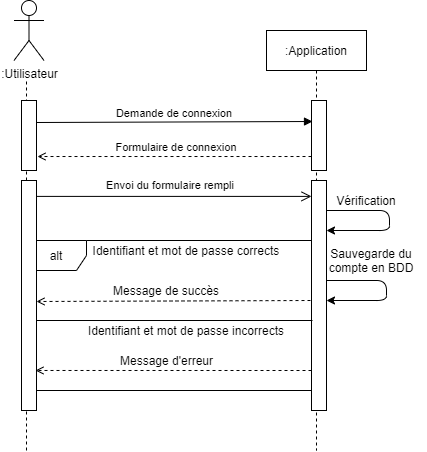
The draw.io diagram diagrammes_sequence/connexion.png in RemiMoustey/ExpressFood, before a commit. Source tidied: cells renumbered, new cells last; positions are measured from the earlier drawing's top-left corner, leaving out a move shared by most shapes. Its diagram source:
```xml
<mxGraphModel>
  <root>
    <mxCell id="0" />
    <mxCell id="1" parent="0" />
    <mxCell id="2" value=":Application" style="shape=umlLifeline;perimeter=lifelinePerimeter;rounded=0;shadow=0;strokeWidth=1;" parent="1" vertex="1">
      <mxGeometry x="252" y="30" width="100" height="420" as="geometry" />
    </mxCell>
    <mxCell id="3" style="points=[];perimeter=orthogonalPerimeter;rounded=0;shadow=0;strokeWidth=1;" parent="2" vertex="1">
      <mxGeometry x="45" y="70" width="15" height="70" as="geometry" />
    </mxCell>
    <mxCell id="4" style="points=[];perimeter=orthogonalPerimeter;rounded=0;shadow=0;strokeWidth=1;" parent="2" vertex="1">
      <mxGeometry x="45" y="150" width="15" height="230" as="geometry" />
    </mxCell>
    <mxCell id="5" value="Demande de connexion" style="verticalAlign=bottom;endArrow=block;shadow=0;strokeWidth=1;entryX=0.067;entryY=0.3;entryDx=0;entryDy=0;entryPerimeter=0;" parent="1" edge="1" target="3">
      <mxGeometry relative="1" as="geometry">
        <mxPoint x="22" y="122" as="sourcePoint" />
      </mxGeometry>
    </mxCell>
    <mxCell id="6" value="Formulaire de connexion" style="verticalAlign=bottom;endArrow=open;shadow=0;strokeWidth=1;dashed=1;endFill=0;entryX=1.067;entryY=0.767;entryDx=0;entryDy=0;entryPerimeter=0;" parent="1" edge="1" source="3">
      <mxGeometry x="-0.01" relative="1" as="geometry">
        <mxPoint x="23" y="156" as="targetPoint" />
      </mxGeometry>
    </mxCell>
    <mxCell id="7" value="Envoi du formulaire rempli" style="verticalAlign=bottom;endArrow=open;endSize=8;shadow=0;strokeWidth=1;endFill=0;exitX=0.53;exitY=0.395;exitDx=0;exitDy=0;exitPerimeter=0;" parent="1" edge="1" target="4">
      <mxGeometry y="2" relative="1" as="geometry">
        <mxPoint x="15" y="195.9" as="sourcePoint" />
      </mxGeometry>
    </mxCell>
    <mxCell id="8" value="Vérification" style="text;html=1;strokeColor=none;fillColor=none;align=center;verticalAlign=middle;whiteSpace=wrap;rounded=0;" parent="1" vertex="1">
      <mxGeometry x="332" y="190" width="40" height="20" as="geometry" />
    </mxCell>
    <mxCell id="9" value="alt&lt;br&gt;" style="shape=umlFrame;whiteSpace=wrap;html=1;" parent="1" vertex="1">
      <mxGeometry x="12" y="240" width="285" height="150" as="geometry" />
    </mxCell>
    <mxCell id="10" style="endArrow=classic;html=1;" parent="1" edge="1">
      <mxGeometry relative="1" as="geometry">
        <mxPoint x="312" y="210" as="sourcePoint" />
        <mxPoint x="312" y="230" as="targetPoint" />
        <Array as="points">
          <mxPoint x="375" y="210" />
          <mxPoint x="375" y="230" />
        </Array>
      </mxGeometry>
    </mxCell>
    <mxCell id="11" value="Identifiant et mot de passe incorrects" style="text;html=1;strokeColor=none;fillColor=none;align=center;verticalAlign=middle;whiteSpace=wrap;rounded=0;" parent="1" vertex="1">
      <mxGeometry x="72" y="320" width="200" height="20" as="geometry" />
    </mxCell>
    <mxCell id="12" value="Identifiant et mot de passe corrects" style="text;html=1;strokeColor=none;fillColor=none;align=center;verticalAlign=middle;whiteSpace=wrap;rounded=0;" parent="1" vertex="1">
      <mxGeometry x="72" y="240" width="200" height="20" as="geometry" />
    </mxCell>
    <mxCell id="13" style="endArrow=classic;html=1;" parent="1" edge="1">
      <mxGeometry relative="1" as="geometry">
        <mxPoint x="312" y="280" as="sourcePoint" />
        <mxPoint x="312" y="300" as="targetPoint" />
        <Array as="points">
          <mxPoint x="372" y="280" />
          <mxPoint x="372" y="300" />
        </Array>
      </mxGeometry>
    </mxCell>
    <mxCell id="14" value="Sauvegarde du compte en BDD" style="text;html=1;strokeColor=none;fillColor=none;align=center;verticalAlign=middle;whiteSpace=wrap;rounded=0;" parent="1" vertex="1">
      <mxGeometry x="302" y="250" width="110" height="20" as="geometry" />
    </mxCell>
    <mxCell id="15" style="endArrow=open;html=1;dashed=1;endFill=0;" parent="1" edge="1">
      <mxGeometry relative="1" as="geometry">
        <mxPoint x="296" y="300" as="sourcePoint" />
        <mxPoint x="22" y="301" as="targetPoint" />
      </mxGeometry>
    </mxCell>
    <mxCell id="16" value="Message de succès" style="text;html=1;strokeColor=none;fillColor=none;align=center;verticalAlign=middle;whiteSpace=wrap;rounded=0;" parent="1" vertex="1">
      <mxGeometry x="82" y="280" width="140" height="20" as="geometry" />
    </mxCell>
    <mxCell id="17" style="endArrow=open;html=1;dashed=1;endFill=0;entryX=0.933;entryY=0.826;entryDx=0;entryDy=0;entryPerimeter=0;" parent="1" edge="1" target="23">
      <mxGeometry relative="1" as="geometry">
        <mxPoint x="297" y="370" as="sourcePoint" />
      </mxGeometry>
    </mxCell>
    <mxCell id="18" value="Message d'erreur" style="text;html=1;strokeColor=none;fillColor=none;align=center;verticalAlign=middle;whiteSpace=wrap;rounded=0;" parent="1" vertex="1">
      <mxGeometry x="89.5" y="350" width="125" height="20" as="geometry" />
    </mxCell>
    <mxCell id="19" style="endArrow=none;html=1;" parent="1" edge="1">
      <mxGeometry relative="1" as="geometry">
        <mxPoint x="12" y="320" as="sourcePoint" />
        <mxPoint x="298" y="320" as="targetPoint" />
      </mxGeometry>
    </mxCell>
    <mxCell id="20" value=":Utilisateur" style="shape=umlActor;verticalLabelPosition=bottom;verticalAlign=top;html=1;" parent="1" vertex="1">
      <mxGeometry x="-0.5" width="30" height="60" as="geometry" />
    </mxCell>
    <mxCell id="21" style="endArrow=none;dashed=1;html=1;strokeWidth=1;" parent="1" edge="1" source="23">
      <mxGeometry relative="1" as="geometry">
        <mxPoint x="12" y="80" as="targetPoint" />
      </mxGeometry>
    </mxCell>
    <mxCell id="22" style="perimeter=orthogonalPerimeter;rounded=0;shadow=0;strokeWidth=1;" parent="1" vertex="1">
      <mxGeometry x="7" y="100" width="15" height="70" as="geometry" />
    </mxCell>
    <mxCell id="23" style="points=[];perimeter=orthogonalPerimeter;rounded=0;shadow=0;strokeWidth=1;" parent="1" vertex="1">
      <mxGeometry x="7" y="180" width="15" height="230" as="geometry" />
    </mxCell>
    <mxCell id="24" style="endArrow=none;dashed=1;html=1;strokeWidth=1;" parent="1" edge="1" target="23">
      <mxGeometry relative="1" as="geometry">
        <mxPoint x="12" y="450" as="sourcePoint" />
      </mxGeometry>
    </mxCell>
  </root>
</mxGraphModel>
```
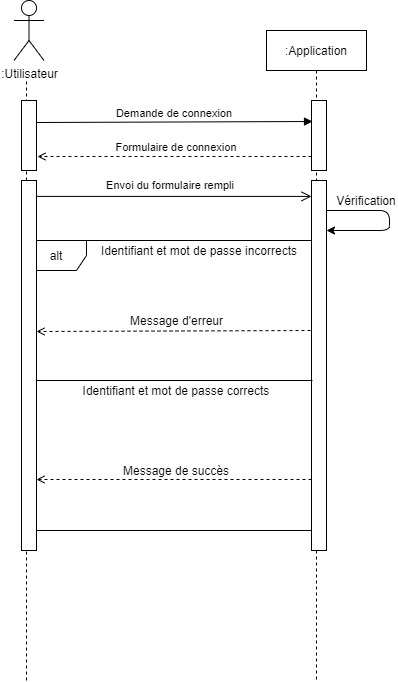
The same file after the commit.

Diff of the diagram source:
```diff
@@ -3,13 +3,13 @@
     <mxCell id="0" />
     <mxCell id="1" parent="0" />
     <mxCell id="2" value=":Application" style="shape=umlLifeline;perimeter=lifelinePerimeter;rounded=0;shadow=0;strokeWidth=1;" parent="1" vertex="1">
-      <mxGeometry x="252" y="30" width="100" height="420" as="geometry" />
+      <mxGeometry x="252" y="30" width="100" height="650" as="geometry" />
     </mxCell>
     <mxCell id="3" style="points=[];perimeter=orthogonalPerimeter;rounded=0;shadow=0;strokeWidth=1;" parent="2" vertex="1">
       <mxGeometry x="45" y="70" width="15" height="70" as="geometry" />
     </mxCell>
     <mxCell id="4" style="points=[];perimeter=orthogonalPerimeter;rounded=0;shadow=0;strokeWidth=1;" parent="2" vertex="1">
-      <mxGeometry x="45" y="150" width="15" height="230" as="geometry" />
+      <mxGeometry x="45" y="150" width="15" height="370" as="geometry" />
     </mxCell>
     <mxCell id="5" value="Demande de connexion" style="verticalAlign=bottom;endArrow=block;shadow=0;strokeWidth=1;entryX=0.067;entryY=0.3;entryDx=0;entryDy=0;entryPerimeter=0;" parent="1" edge="1" target="3">
       <mxGeometry relative="1" as="geometry">
@@ -30,7 +30,7 @@
       <mxGeometry x="332" y="190" width="40" height="20" as="geometry" />
     </mxCell>
     <mxCell id="9" value="alt&lt;br&gt;" style="shape=umlFrame;whiteSpace=wrap;html=1;" parent="1" vertex="1">
-      <mxGeometry x="12" y="240" width="285" height="150" as="geometry" />
+      <mxGeometry x="12" y="240" width="285" height="290" as="geometry" />
     </mxCell>
     <mxCell id="10" style="endArrow=classic;html=1;" parent="1" edge="1">
       <mxGeometry relative="1" as="geometry">
@@ -43,45 +43,27 @@
       </mxGeometry>
     </mxCell>
     <mxCell id="11" value="Identifiant et mot de passe incorrects" style="text;html=1;strokeColor=none;fillColor=none;align=center;verticalAlign=middle;whiteSpace=wrap;rounded=0;" parent="1" vertex="1">
-      <mxGeometry x="72" y="320" width="200" height="20" as="geometry" />
+      <mxGeometry x="84.5" y="240" width="200" height="20" as="geometry" />
     </mxCell>
     <mxCell id="12" value="Identifiant et mot de passe corrects" style="text;html=1;strokeColor=none;fillColor=none;align=center;verticalAlign=middle;whiteSpace=wrap;rounded=0;" parent="1" vertex="1">
-      <mxGeometry x="72" y="240" width="200" height="20" as="geometry" />
+      <mxGeometry x="62" y="380" width="200" height="20" as="geometry" />
     </mxCell>
-    <mxCell id="13" style="endArrow=classic;html=1;" parent="1" edge="1">
-      <mxGeometry relative="1" as="geometry">
-        <mxPoint x="312" y="280" as="sourcePoint" />
-        <mxPoint x="312" y="300" as="targetPoint" />
-        <Array as="points">
-          <mxPoint x="372" y="280" />
-          <mxPoint x="372" y="300" />
-        </Array>
-      </mxGeometry>
-    </mxCell>
-    <mxCell id="14" value="Sauvegarde du compte en BDD" style="text;html=1;strokeColor=none;fillColor=none;align=center;verticalAlign=middle;whiteSpace=wrap;rounded=0;" parent="1" vertex="1">
-      <mxGeometry x="302" y="250" width="110" height="20" as="geometry" />
-    </mxCell>
     <mxCell id="15" style="endArrow=open;html=1;dashed=1;endFill=0;" parent="1" edge="1">
       <mxGeometry relative="1" as="geometry">
-        <mxPoint x="296" y="300" as="sourcePoint" />
-        <mxPoint x="22" y="301" as="targetPoint" />
+        <mxPoint x="296" y="330" as="sourcePoint" />
+        <mxPoint x="22" y="331" as="targetPoint" />
       </mxGeometry>
     </mxCell>
     <mxCell id="16" value="Message de succès" style="text;html=1;strokeColor=none;fillColor=none;align=center;verticalAlign=middle;whiteSpace=wrap;rounded=0;" parent="1" vertex="1">
-      <mxGeometry x="82" y="280" width="140" height="20" as="geometry" />
+      <mxGeometry x="92" y="460" width="140" height="20" as="geometry" />
     </mxCell>
-    <mxCell id="17" style="endArrow=open;html=1;dashed=1;endFill=0;entryX=0.933;entryY=0.826;entryDx=0;entryDy=0;entryPerimeter=0;" parent="1" edge="1" target="23">
-      <mxGeometry relative="1" as="geometry">
-        <mxPoint x="297" y="370" as="sourcePoint" />
-      </mxGeometry>
-    </mxCell>
     <mxCell id="18" value="Message d'erreur" style="text;html=1;strokeColor=none;fillColor=none;align=center;verticalAlign=middle;whiteSpace=wrap;rounded=0;" parent="1" vertex="1">
-      <mxGeometry x="89.5" y="350" width="125" height="20" as="geometry" />
+      <mxGeometry x="99.5" y="310" width="125" height="20" as="geometry" />
     </mxCell>
     <mxCell id="19" style="endArrow=none;html=1;" parent="1" edge="1">
       <mxGeometry relative="1" as="geometry">
-        <mxPoint x="12" y="320" as="sourcePoint" />
-        <mxPoint x="298" y="320" as="targetPoint" />
+        <mxPoint x="12" y="380" as="sourcePoint" />
+        <mxPoint x="298" y="380" as="targetPoint" />
       </mxGeometry>
     </mxCell>
     <mxCell id="20" value=":Utilisateur" style="shape=umlActor;verticalLabelPosition=bottom;verticalAlign=top;html=1;" parent="1" vertex="1">
@@ -96,12 +78,17 @@
       <mxGeometry x="7" y="100" width="15" height="70" as="geometry" />
     </mxCell>
     <mxCell id="23" style="points=[];perimeter=orthogonalPerimeter;rounded=0;shadow=0;strokeWidth=1;" parent="1" vertex="1">
-      <mxGeometry x="7" y="180" width="15" height="230" as="geometry" />
+      <mxGeometry x="7" y="180" width="15" height="370" as="geometry" />
     </mxCell>
     <mxCell id="24" style="endArrow=none;dashed=1;html=1;strokeWidth=1;" parent="1" edge="1" target="23">
       <mxGeometry relative="1" as="geometry">
-        <mxPoint x="12" y="450" as="sourcePoint" />
+        <mxPoint x="12" y="680" as="sourcePoint" />
       </mxGeometry>
     </mxCell>
+    <mxCell id="25" style="endArrow=open;html=1;dashed=1;endFill=0;exitX=1;exitY=0.824;exitDx=0;exitDy=0;exitPerimeter=0;" parent="1" edge="1" source="9">
+      <mxGeometry relative="1" as="geometry">
+        <mxPoint x="22" y="479" as="targetPoint" />
+      </mxGeometry>
+    </mxCell>
   </root>
 </mxGraphModel>
```
